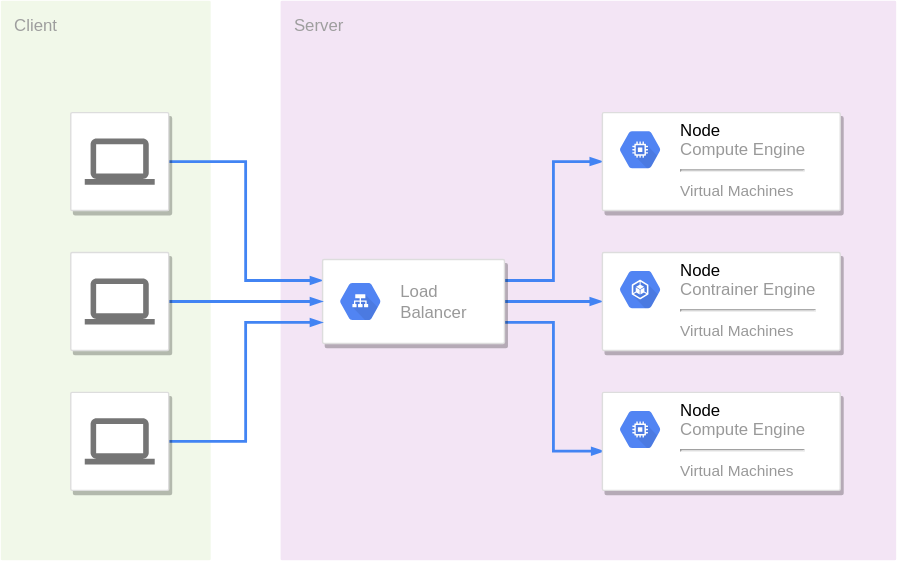
This is structure.svg from b09502032/ai_competition_api_sharedoc, a draw.io export, as it was before one commit. Source tidied: cells renumbered, new cells last; positions are measured from the earlier drawing's top-left corner, leaving out a move shared by most shapes. Source of this version:
```xml
<mxGraphModel>
  <root>
    <mxCell id="0" />
    <mxCell id="1" parent="0" />
    <mxCell id="2" value="Server" style="rounded=1;absoluteArcSize=1;arcSize=2;html=1;strokeColor=none;gradientColor=none;shadow=0;dashed=0;fontSize=12;fontColor=#9E9E9E;align=left;verticalAlign=top;spacing=10;spacingTop=-4;fillColor=#F3E5F5;" parent="1" vertex="1">
      <mxGeometry x="200" width="440" height="400" as="geometry" />
    </mxCell>
    <mxCell id="3" value="Client" style="rounded=1;absoluteArcSize=1;arcSize=2;html=1;strokeColor=none;gradientColor=none;shadow=0;dashed=0;fontSize=12;fontColor=#9E9E9E;align=left;verticalAlign=top;spacing=10;spacingTop=-4;fillColor=#F1F8E9;" parent="1" vertex="1">
      <mxGeometry width="150" height="400" as="geometry" />
    </mxCell>
    <mxCell id="4" style="edgeStyle=orthogonalEdgeStyle;rounded=0;jettySize=auto;html=1;exitX=1;exitY=0.5;exitDx=0;exitDy=0;entryX=0;entryY=0.25;entryDx=0;entryDy=0;strokeColor=#4284F3;strokeWidth=2;dashed=0;fontSize=12;align=left;labelBackgroundColor=none;endFill=1;endArrow=blockThin;endSize=4;startFill=1;startSize=4;" parent="1" edge="1" source="5" target="10">
      <mxGeometry relative="1" as="geometry" />
    </mxCell>
    <mxCell id="5" style="strokeColor=#dddddd;fillColor=#ffffff;shadow=1;strokeWidth=1;rounded=1;absoluteArcSize=1;arcSize=2;labelPosition=center;verticalLabelPosition=middle;align=center;verticalAlign=bottom;spacingLeft=0;fontColor=#999999;fontSize=12;whiteSpace=wrap;spacingBottom=2;html=1;" parent="1" vertex="1">
      <mxGeometry x="50" y="80" width="70" height="70" as="geometry" />
    </mxCell>
    <mxCell id="6" style="dashed=0;html=1;fillColor=#757575;strokeColor=none;shape=mxgraph.gcp2.laptop;" parent="5" vertex="1">
      <mxGeometry x="0.5" width="50" height="33" relative="1" as="geometry">
        <mxPoint x="-25" y="18.5" as="offset" />
      </mxGeometry>
    </mxCell>
    <mxCell id="7" style="edgeStyle=orthogonalEdgeStyle;rounded=0;jettySize=auto;html=1;entryX=0;entryY=0.5;entryDx=0;entryDy=0;strokeColor=#4284F3;strokeWidth=2;dashed=0;fontSize=12;align=left;labelBackgroundColor=none;endFill=1;endArrow=blockThin;endSize=4;startFill=1;startSize=4;" parent="1" edge="1" source="10" target="14">
      <mxGeometry relative="1" as="geometry" />
    </mxCell>
    <mxCell id="8" style="edgeStyle=orthogonalEdgeStyle;rounded=0;jettySize=auto;html=1;exitX=1;exitY=0.25;exitDx=0;exitDy=0;entryX=0;entryY=0.5;entryDx=0;entryDy=0;strokeColor=#4284F3;strokeWidth=2;dashed=0;fontSize=12;align=left;labelBackgroundColor=none;endFill=1;endArrow=blockThin;endSize=4;startFill=1;startSize=4;" parent="1" edge="1" source="10" target="12">
      <mxGeometry relative="1" as="geometry" />
    </mxCell>
    <mxCell id="9" style="edgeStyle=orthogonalEdgeStyle;rounded=0;jettySize=auto;html=1;exitX=1;exitY=0.75;exitDx=0;exitDy=0;entryX=0.006;entryY=0.6;entryDx=0;entryDy=0;entryPerimeter=0;strokeColor=#4284F3;strokeWidth=2;dashed=0;fontSize=12;align=left;labelBackgroundColor=none;endFill=1;endArrow=blockThin;endSize=4;startFill=1;startSize=4;" parent="1" edge="1" source="10" target="19">
      <mxGeometry relative="1" as="geometry" />
    </mxCell>
    <mxCell id="10" style="strokeColor=#dddddd;fillColor=#ffffff;shadow=1;strokeWidth=1;rounded=1;absoluteArcSize=1;arcSize=2;fontSize=11;fontColor=#9E9E9E;align=center;html=1;" parent="1" vertex="1">
      <mxGeometry x="230" y="185" width="130" height="60" as="geometry" />
    </mxCell>
    <mxCell id="11" value="Load&lt;br&gt;Balancer" style="dashed=0;html=1;fillColor=#5184F3;strokeColor=none;shape=mxgraph.gcp2.hexIcon;prIcon=cloud_load_balancing;labelPosition=right;verticalLabelPosition=middle;align=left;verticalAlign=middle;spacingLeft=5;fontColor=#999999;fontSize=12;" parent="10" vertex="1">
      <mxGeometry y="0.5" width="44" height="39" relative="1" as="geometry">
        <mxPoint x="5" y="-19.5" as="offset" />
      </mxGeometry>
    </mxCell>
    <mxCell id="12" style="strokeColor=#dddddd;fillColor=#ffffff;shadow=1;strokeWidth=1;rounded=1;absoluteArcSize=1;arcSize=2;fontSize=11;fontColor=#9E9E9E;align=center;html=1;" parent="1" vertex="1">
      <mxGeometry x="430" y="80" width="170" height="70" as="geometry" />
    </mxCell>
    <mxCell id="13" value="&lt;font color=&quot;#000000&quot;&gt;Node&lt;/font&gt;&lt;br&gt;Compute Engine&lt;hr&gt;&lt;font style=&quot;font-size: 11px&quot;&gt;Virtual Machines&lt;/font&gt;" style="dashed=0;html=1;fillColor=#5184F3;strokeColor=none;shape=mxgraph.gcp2.hexIcon;prIcon=compute_engine;labelPosition=right;verticalLabelPosition=middle;align=left;verticalAlign=top;spacingLeft=5;fontColor=#999999;fontSize=12;spacingTop=-8;" parent="12" vertex="1">
      <mxGeometry width="44" height="39" relative="1" as="geometry">
        <mxPoint x="5" y="7" as="offset" />
      </mxGeometry>
    </mxCell>
    <mxCell id="14" style="strokeColor=#dddddd;fillColor=#ffffff;shadow=1;strokeWidth=1;rounded=1;absoluteArcSize=1;arcSize=2;fontSize=11;fontColor=#9E9E9E;align=center;html=1;" parent="1" vertex="1">
      <mxGeometry x="430" y="180" width="170" height="70" as="geometry" />
    </mxCell>
    <mxCell id="15" value="&lt;font color=&quot;#000000&quot;&gt;Node&lt;/font&gt;&lt;br&gt;Contrainer Engine&lt;hr&gt;&lt;span style=&quot;font-size: 11px&quot;&gt;Virtual Machines&lt;/span&gt;" style="dashed=0;html=1;fillColor=#5184F3;strokeColor=none;shape=mxgraph.gcp2.hexIcon;prIcon=container_engine;labelPosition=right;verticalLabelPosition=middle;align=left;verticalAlign=top;spacingLeft=5;fontColor=#999999;fontSize=12;spacingTop=-8;" parent="14" vertex="1">
      <mxGeometry width="44" height="39" relative="1" as="geometry">
        <mxPoint x="5" y="7" as="offset" />
      </mxGeometry>
    </mxCell>
    <mxCell id="16" style="edgeStyle=orthogonalEdgeStyle;rounded=0;jettySize=auto;html=1;entryX=0;entryY=0.5;entryDx=0;entryDy=0;strokeColor=#4284F3;strokeWidth=2;dashed=0;fontSize=12;align=left;labelBackgroundColor=none;endFill=1;endArrow=blockThin;endSize=4;startFill=1;startSize=4;" parent="1" edge="1" source="17" target="10">
      <mxGeometry relative="1" as="geometry" />
    </mxCell>
    <mxCell id="17" style="strokeColor=#dddddd;fillColor=#ffffff;shadow=1;strokeWidth=1;rounded=1;absoluteArcSize=1;arcSize=2;labelPosition=center;verticalLabelPosition=middle;align=center;verticalAlign=bottom;spacingLeft=0;fontColor=#999999;fontSize=12;whiteSpace=wrap;spacingBottom=2;html=1;" parent="1" vertex="1">
      <mxGeometry x="50" y="180" width="70" height="70" as="geometry" />
    </mxCell>
    <mxCell id="18" style="dashed=0;html=1;fillColor=#757575;strokeColor=none;shape=mxgraph.gcp2.laptop;" parent="17" vertex="1">
      <mxGeometry x="0.5" width="50" height="33" relative="1" as="geometry">
        <mxPoint x="-25" y="18.5" as="offset" />
      </mxGeometry>
    </mxCell>
    <mxCell id="19" style="strokeColor=#dddddd;fillColor=#ffffff;shadow=1;strokeWidth=1;rounded=1;absoluteArcSize=1;arcSize=2;fontSize=11;fontColor=#9E9E9E;align=center;html=1;" parent="1" vertex="1">
      <mxGeometry x="430" y="280" width="170" height="70" as="geometry" />
    </mxCell>
    <mxCell id="20" value="&lt;font color=&quot;#000000&quot;&gt;Node&lt;/font&gt;&lt;br&gt;Compute Engine&lt;hr&gt;&lt;font style=&quot;font-size: 11px&quot;&gt;Virtual Machines&lt;/font&gt;" style="dashed=0;html=1;fillColor=#5184F3;strokeColor=none;shape=mxgraph.gcp2.hexIcon;prIcon=compute_engine;labelPosition=right;verticalLabelPosition=middle;align=left;verticalAlign=top;spacingLeft=5;fontColor=#999999;fontSize=12;spacingTop=-8;" parent="19" vertex="1">
      <mxGeometry width="44" height="39" relative="1" as="geometry">
        <mxPoint x="5" y="7" as="offset" />
      </mxGeometry>
    </mxCell>
    <mxCell id="21" style="edgeStyle=orthogonalEdgeStyle;rounded=0;jettySize=auto;html=1;entryX=0;entryY=0.75;entryDx=0;entryDy=0;strokeColor=#4284F3;strokeWidth=2;dashed=0;fontSize=12;align=left;labelBackgroundColor=none;endFill=1;endArrow=blockThin;endSize=4;startFill=1;startSize=4;" parent="1" edge="1" source="22" target="10">
      <mxGeometry relative="1" as="geometry" />
    </mxCell>
    <mxCell id="22" style="strokeColor=#dddddd;fillColor=#ffffff;shadow=1;strokeWidth=1;rounded=1;absoluteArcSize=1;arcSize=2;labelPosition=center;verticalLabelPosition=middle;align=center;verticalAlign=bottom;spacingLeft=0;fontColor=#999999;fontSize=12;whiteSpace=wrap;spacingBottom=2;html=1;" parent="1" vertex="1">
      <mxGeometry x="50" y="280" width="70" height="70" as="geometry" />
    </mxCell>
    <mxCell id="23" style="dashed=0;html=1;fillColor=#757575;strokeColor=none;shape=mxgraph.gcp2.laptop;" parent="22" vertex="1">
      <mxGeometry x="0.5" width="50" height="33" relative="1" as="geometry">
        <mxPoint x="-25" y="18.5" as="offset" />
      </mxGeometry>
    </mxCell>
  </root>
</mxGraphModel>
```
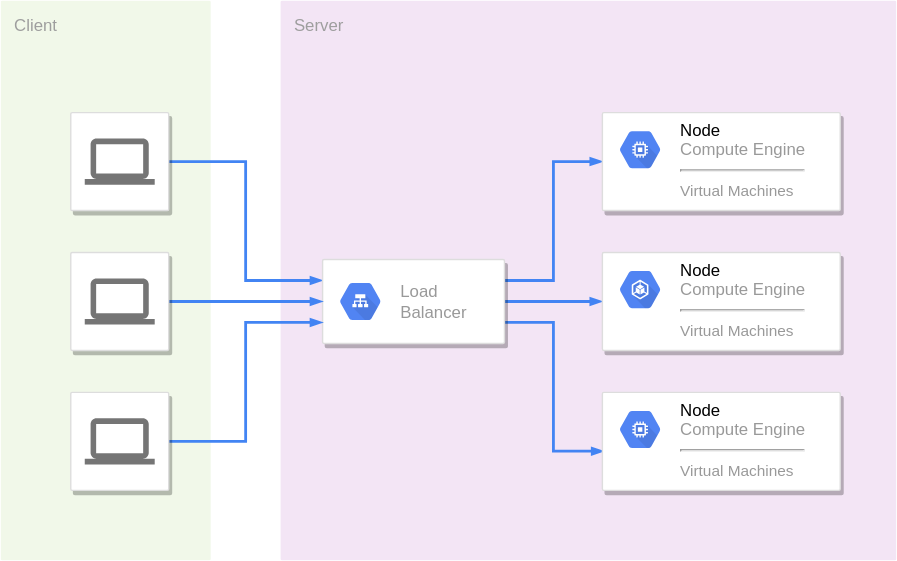
The same diagram one commit later.

Diff of the diagram source:
```diff
@@ -47,7 +47,7 @@
     <mxCell id="14" style="strokeColor=#dddddd;fillColor=#ffffff;shadow=1;strokeWidth=1;rounded=1;absoluteArcSize=1;arcSize=2;fontSize=11;fontColor=#9E9E9E;align=center;html=1;" parent="1" vertex="1">
       <mxGeometry x="430" y="180" width="170" height="70" as="geometry" />
     </mxCell>
-    <mxCell id="15" value="&lt;font color=&quot;#000000&quot;&gt;Node&lt;/font&gt;&lt;br&gt;Contrainer Engine&lt;hr&gt;&lt;span style=&quot;font-size: 11px&quot;&gt;Virtual Machines&lt;/span&gt;" style="dashed=0;html=1;fillColor=#5184F3;strokeColor=none;shape=mxgraph.gcp2.hexIcon;prIcon=container_engine;labelPosition=right;verticalLabelPosition=middle;align=left;verticalAlign=top;spacingLeft=5;fontColor=#999999;fontSize=12;spacingTop=-8;" parent="14" vertex="1">
+    <mxCell id="15" value="&lt;font color=&quot;#000000&quot;&gt;Node&lt;/font&gt;&lt;br&gt;Compute Engine&lt;hr&gt;&lt;span style=&quot;font-size: 11px&quot;&gt;Virtual Machines&lt;/span&gt;" style="dashed=0;html=1;fillColor=#5184F3;strokeColor=none;shape=mxgraph.gcp2.hexIcon;prIcon=container_engine;labelPosition=right;verticalLabelPosition=middle;align=left;verticalAlign=top;spacingLeft=5;fontColor=#999999;fontSize=12;spacingTop=-8;" parent="14" vertex="1">
       <mxGeometry width="44" height="39" relative="1" as="geometry">
         <mxPoint x="5" y="7" as="offset" />
       </mxGeometry>
```
